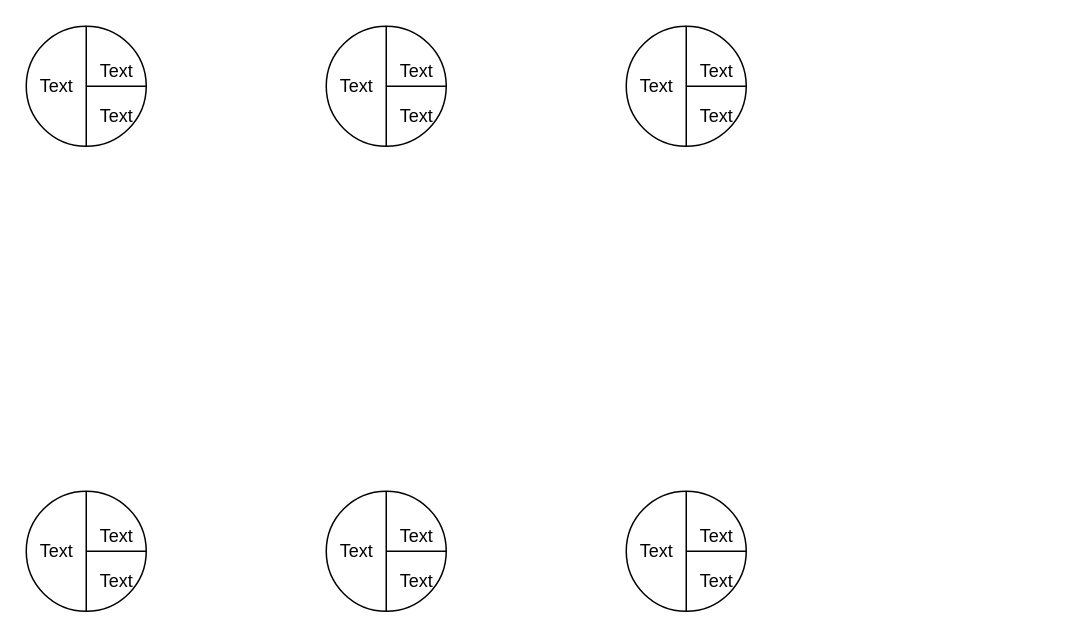
Above: IngenieriaSoftware/Practica2/Ej10.drawio in Luchit0-afk/Diagramas (draw.io), before the change. Source tidied: cells renumbered, new cells numbered last; positions are measured from the earlier drawing's top-left corner, leaving out a move shared by most shapes. Both pictures are drawn from the tidied source at 150%, with x=0, y=0 at pixel (26, 26).
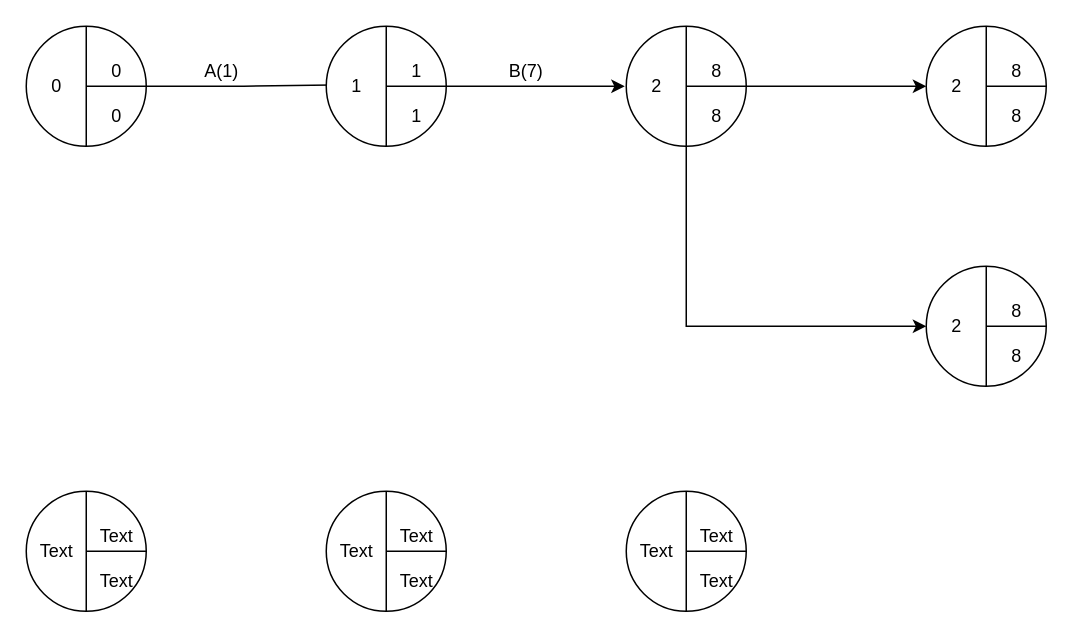
Above is the later version.

Unchanged cells that the change refers to:
```xml
<mxCell id="2" style="ellipse;whiteSpace=wrap;html=1;" parent="1" vertex="1">
  <mxGeometry width="80" height="80" as="geometry" />
</mxCell>
<mxCell id="8" style="ellipse;whiteSpace=wrap;html=1;" parent="1" vertex="1">
  <mxGeometry x="200" width="80" height="80" as="geometry" />
</mxCell>
<mxCell id="14" style="ellipse;whiteSpace=wrap;html=1;" parent="1" vertex="1">
  <mxGeometry x="400" width="80" height="80" as="geometry" />
</mxCell>
```

Change to the diagram source:
```diff
@@
+    <mxCell id="38" style="edgeStyle=orthogonalEdgeStyle;rounded=0;jettySize=auto;html=1;exitX=1;exitY=0.5;exitDx=0;exitDy=0;entryX=0.011;entryY=0.457;entryDx=0;entryDy=0;entryPerimeter=0;" parent="1" edge="1" source="2" target="13">
+      <mxGeometry relative="1" as="geometry" />
+    </mxCell>
@@
-    <mxCell id="5" value="Text" style="text;html=1;align=center;verticalAlign=middle;strokeColor=none;" parent="1" vertex="1">
-      <mxGeometry x="40" y="20" width="40" height="20" as="geometry" />
+    <mxCell id="5" value="0" style="text;html=1;align=center;verticalAlign=middle;strokeColor=none;" parent="1" vertex="1">
+      <mxGeometry x="50" y="20" width="20" height="20" as="geometry" />
     </mxCell>
-    <mxCell id="6" value="Text" style="text;html=1;align=center;verticalAlign=middle;strokeColor=none;" parent="1" vertex="1">
-      <mxGeometry x="40" y="50" width="40" height="20" as="geometry" />
+    <mxCell id="6" value="0" style="text;html=1;align=center;verticalAlign=middle;strokeColor=none;" parent="1" vertex="1">
+      <mxGeometry x="50" y="50" width="20" height="20" as="geometry" />
     </mxCell>
-    <mxCell id="7" value="Text" style="text;html=1;align=center;verticalAlign=middle;strokeColor=none;" parent="1" vertex="1">
-      <mxGeometry y="30" width="40" height="20" as="geometry" />
+    <mxCell id="7" value="0" style="text;html=1;align=center;verticalAlign=middle;strokeColor=none;" parent="1" vertex="1">
+      <mxGeometry x="10" y="30" width="20" height="20" as="geometry" />
     </mxCell>
+    <mxCell id="39" style="edgeStyle=orthogonalEdgeStyle;rounded=0;jettySize=auto;html=1;exitX=1;exitY=0.5;exitDx=0;exitDy=0;" parent="1" edge="1" source="8">
+      <mxGeometry relative="1" as="geometry">
+        <mxPoint x="399" y="40" as="targetPoint" />
+      </mxGeometry>
+    </mxCell>
@@
-    <mxCell id="11" value="Text" style="text;html=1;align=center;verticalAlign=middle;strokeColor=none;" parent="1" vertex="1">
-      <mxGeometry x="240" y="20" width="40" height="20" as="geometry" />
+    <mxCell id="11" value="1" style="text;html=1;align=center;verticalAlign=middle;strokeColor=none;" parent="1" vertex="1">
+      <mxGeometry x="250" y="20" width="20" height="20" as="geometry" />
     </mxCell>
-    <mxCell id="12" value="Text" style="text;html=1;align=center;verticalAlign=middle;strokeColor=none;" parent="1" vertex="1">
-      <mxGeometry x="240" y="50" width="40" height="20" as="geometry" />
+    <mxCell id="12" value="1" style="text;html=1;align=center;verticalAlign=middle;strokeColor=none;" parent="1" vertex="1">
+      <mxGeometry x="250" y="50" width="20" height="20" as="geometry" />
     </mxCell>
-    <mxCell id="13" value="Text" style="text;html=1;align=center;verticalAlign=middle;points=[];strokeColor=none;" parent="1" vertex="1">
-      <mxGeometry x="200" y="30" width="40" height="20" as="geometry" />
+    <mxCell id="13" value="1" style="text;html=1;align=center;verticalAlign=middle;points=[];strokeColor=none;" parent="1" vertex="1">
+      <mxGeometry x="210" y="30" width="20" height="20" as="geometry" />
     </mxCell>
+    <mxCell id="40" style="edgeStyle=orthogonalEdgeStyle;rounded=0;jettySize=auto;html=1;exitX=1;exitY=0.5;exitDx=0;exitDy=0;entryX=0;entryY=0.5;entryDx=0;entryDy=0;" parent="1" edge="1" source="14" target="44">
+      <mxGeometry relative="1" as="geometry" />
+    </mxCell>
+    <mxCell id="41" style="edgeStyle=orthogonalEdgeStyle;rounded=0;jettySize=auto;html=1;exitX=0.5;exitY=1;exitDx=0;exitDy=0;entryX=0;entryY=0.5;entryDx=0;entryDy=0;" parent="1" edge="1" source="14" target="50">
+      <mxGeometry relative="1" as="geometry" />
+    </mxCell>
@@
-    <mxCell id="17" value="Text" style="text;html=1;align=center;verticalAlign=middle;strokeColor=none;" parent="1" vertex="1">
-      <mxGeometry x="440" y="20" width="40" height="20" as="geometry" />
+    <mxCell id="17" value="8" style="text;html=1;align=center;verticalAlign=middle;strokeColor=none;" parent="1" vertex="1">
+      <mxGeometry x="450" y="20" width="20" height="20" as="geometry" />
     </mxCell>
-    <mxCell id="18" value="Text" style="text;html=1;align=center;verticalAlign=middle;strokeColor=none;" parent="1" vertex="1">
-      <mxGeometry x="440" y="50" width="40" height="20" as="geometry" />
+    <mxCell id="18" value="8" style="text;html=1;align=center;verticalAlign=middle;strokeColor=none;" parent="1" vertex="1">
+      <mxGeometry x="450" y="50" width="20" height="20" as="geometry" />
     </mxCell>
-    <mxCell id="19" value="Text" style="text;html=1;align=center;verticalAlign=middle;strokeColor=none;" parent="1" vertex="1">
-      <mxGeometry x="400" y="30" width="40" height="20" as="geometry" />
+    <mxCell id="19" value="2" style="text;html=1;align=center;verticalAlign=middle;strokeColor=none;" parent="1" vertex="1">
+      <mxGeometry x="410" y="30" width="20" height="20" as="geometry" />
     </mxCell>
@@
+    <mxCell id="42" value="A(1)" style="text;html=1;align=center;verticalAlign=middle;strokeColor=none;" parent="1" vertex="1">
+      <mxGeometry x="110" y="20" width="40" height="20" as="geometry" />
+    </mxCell>
+    <mxCell id="43" value="B(7)" style="text;html=1;align=center;verticalAlign=middle;strokeColor=none;" parent="1" vertex="1">
+      <mxGeometry x="313" y="20" width="40" height="20" as="geometry" />
+    </mxCell>
+    <mxCell id="44" style="ellipse;whiteSpace=wrap;html=1;" parent="1" vertex="1">
+      <mxGeometry x="600" width="80" height="80" as="geometry" />
+    </mxCell>
+    <mxCell id="45" style="endArrow=none;html=1;entryX=0.5;entryY=0;entryDx=0;entryDy=0;exitX=0.5;exitY=1;exitDx=0;exitDy=0;" parent="1" edge="1" source="44" target="44">
+      <mxGeometry relative="1" as="geometry" />
+    </mxCell>
+    <mxCell id="46" style="endArrow=none;html=1;exitX=1;exitY=0.5;exitDx=0;exitDy=0;" parent="1" edge="1" source="44">
+      <mxGeometry relative="1" as="geometry">
+        <mxPoint x="640" y="40" as="targetPoint" />
+      </mxGeometry>
+    </mxCell>
+    <mxCell id="47" value="8" style="text;html=1;align=center;verticalAlign=middle;strokeColor=none;" parent="1" vertex="1">
+      <mxGeometry x="650" y="20" width="20" height="20" as="geometry" />
+    </mxCell>
+    <mxCell id="48" value="8" style="text;html=1;align=center;verticalAlign=middle;strokeColor=none;" parent="1" vertex="1">
+      <mxGeometry x="650" y="50" width="20" height="20" as="geometry" />
+    </mxCell>
+    <mxCell id="49" value="2" style="text;html=1;align=center;verticalAlign=middle;strokeColor=none;" parent="1" vertex="1">
+      <mxGeometry x="610" y="30" width="20" height="20" as="geometry" />
+    </mxCell>
+    <mxCell id="50" style="ellipse;whiteSpace=wrap;html=1;" parent="1" vertex="1">
+      <mxGeometry x="600" y="160" width="80" height="80" as="geometry" />
+    </mxCell>
+    <mxCell id="51" style="endArrow=none;html=1;entryX=0.5;entryY=0;entryDx=0;entryDy=0;exitX=0.5;exitY=1;exitDx=0;exitDy=0;" parent="1" edge="1" source="50" target="50">
+      <mxGeometry relative="1" as="geometry" />
+    </mxCell>
+    <mxCell id="52" style="endArrow=none;html=1;exitX=1;exitY=0.5;exitDx=0;exitDy=0;" parent="1" edge="1" source="50">
+      <mxGeometry relative="1" as="geometry">
+        <mxPoint x="640" y="200" as="targetPoint" />
+      </mxGeometry>
+    </mxCell>
+    <mxCell id="53" value="8" style="text;html=1;align=center;verticalAlign=middle;strokeColor=none;" parent="1" vertex="1">
+      <mxGeometry x="650" y="180" width="20" height="20" as="geometry" />
+    </mxCell>
+    <mxCell id="54" value="8" style="text;html=1;align=center;verticalAlign=middle;strokeColor=none;" parent="1" vertex="1">
+      <mxGeometry x="650" y="210" width="20" height="20" as="geometry" />
+    </mxCell>
+    <mxCell id="55" value="2" style="text;html=1;align=center;verticalAlign=middle;strokeColor=none;" parent="1" vertex="1">
+      <mxGeometry x="610" y="190" width="20" height="20" as="geometry" />
+    </mxCell>
```
